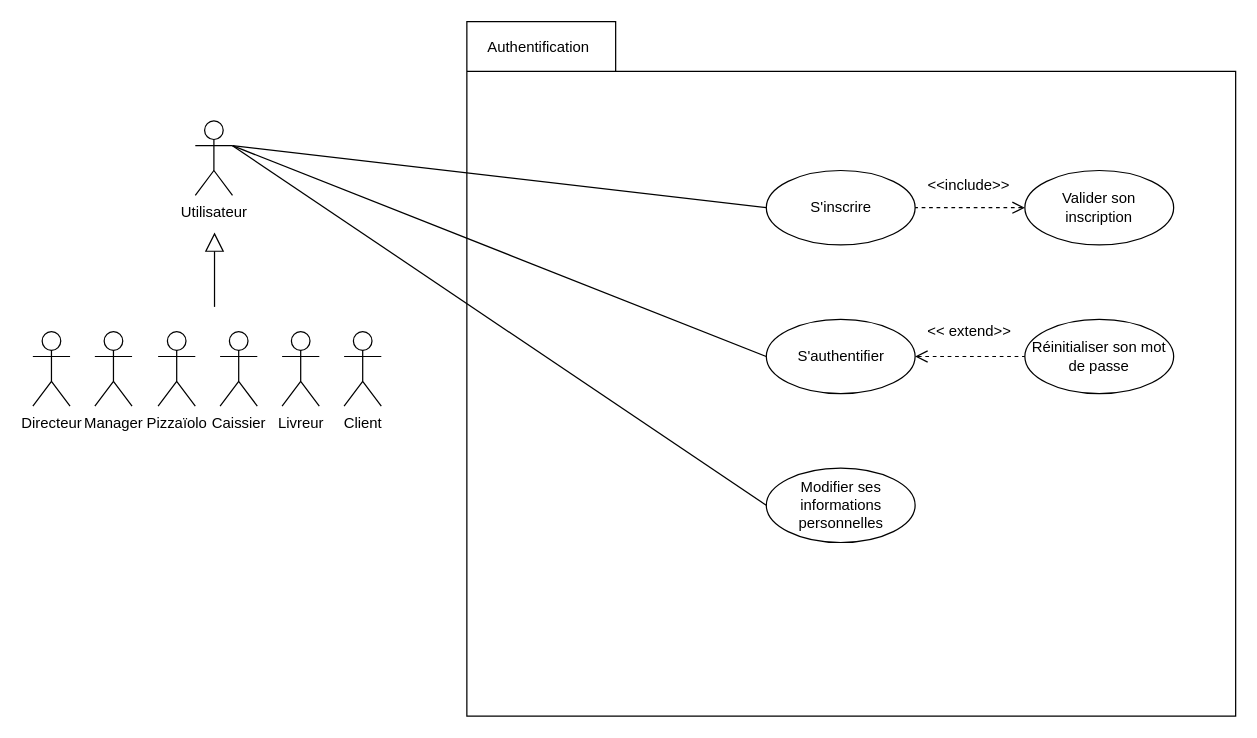
This is Authentification.drawio from damien-devpy/OC-P4, a draw.io file, before an edit. Source tidied: cells renumbered, new cells numbered last; positions are measured from the earlier drawing's top-left corner, leaving out a move shared by most shapes. Both pictures are drawn from the tidied source at 124%, with x=0, y=0 at pixel (32, 21).
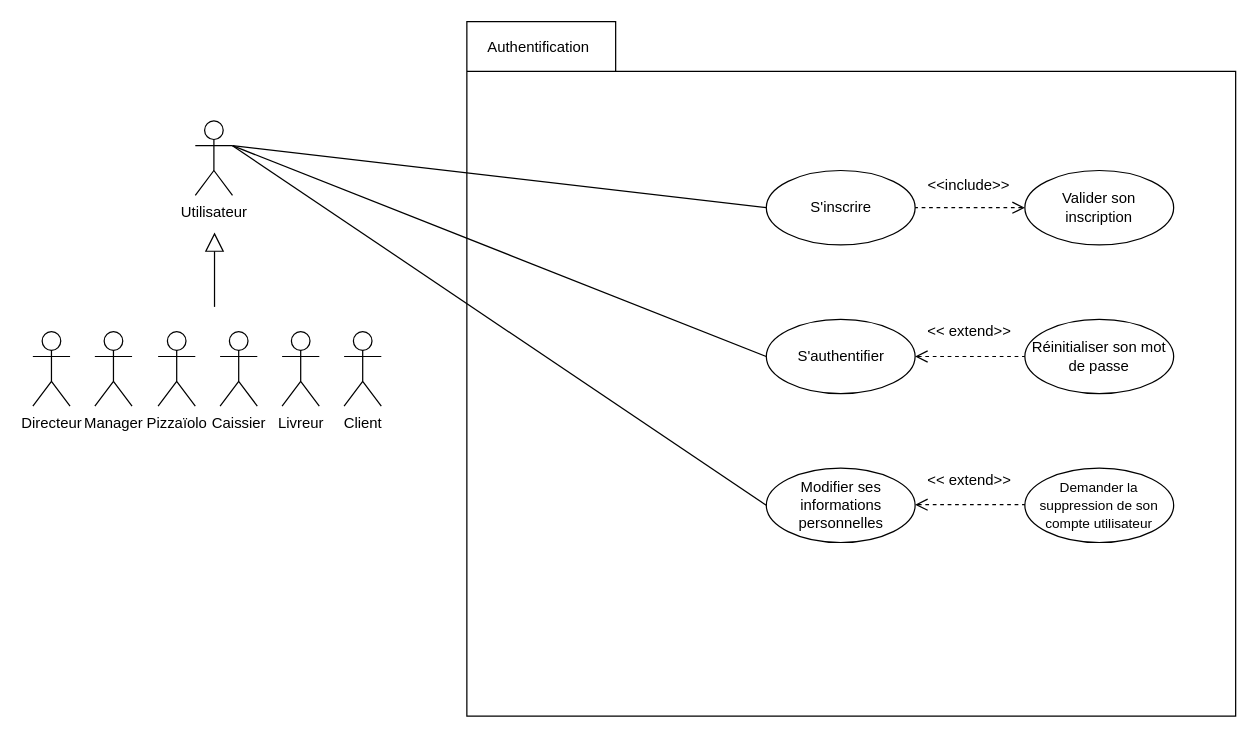
Above is the later version.

The change refers to these unchanged cells:
```xml
<mxCell id="2" style="group;" parent="1" vertex="1">
  <mxGeometry x="350" width="620" height="560" as="geometry" />
</mxCell>
```

Diff of the diagram source:
```diff
@@
+    <mxCell id="25" value="&lt;font style=&quot;font-size: 11px&quot;&gt;Demander la suppression de son compte utilisateur&lt;/font&gt;" style="ellipse;whiteSpace=wrap;html=1;fillColor=none;" parent="2" vertex="1">
+      <mxGeometry x="450" y="360" width="120" height="60" as="geometry" />
+    </mxCell>
+    <mxCell id="26" style="endArrow=none;dashed=1;html=1;exitX=1;exitY=0.5;exitDx=0;exitDy=0;entryX=0;entryY=0.5;entryDx=0;entryDy=0;startArrow=open;startFill=0;endFill=0;endSize=8;startSize=8;" parent="2" edge="1">
+      <mxGeometry relative="1" as="geometry">
+        <mxPoint x="361.5" y="389.5" as="sourcePoint" />
+        <mxPoint x="450" y="389.5" as="targetPoint" />
+      </mxGeometry>
+    </mxCell>
+    <mxCell id="27" value="&amp;lt;&amp;lt; extend&amp;gt;&amp;gt;" style="text;html=1;strokeColor=none;fillColor=none;align=center;verticalAlign=middle;whiteSpace=wrap;rounded=0;" parent="2" vertex="1">
+      <mxGeometry x="367.5" y="360" width="75" height="20" as="geometry" />
+    </mxCell>
```
